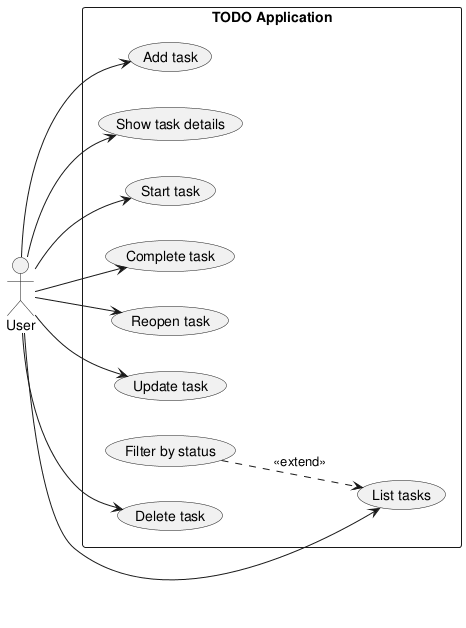
Above: baseline/TODO/artifacts/use_case_diagram.png in DanielRiha8906/Software_autoevolution_using_agents (PlantUML), before the change. Source of this version:
```plantuml
@startuml use_case_diagram

left to right direction
skinparam packageStyle rectangle

actor User

rectangle "TODO Application" {
    usecase "Add task"           as UC_ADD
    usecase "List tasks"         as UC_LIST
    usecase "Filter by status"   as UC_FILTER
    usecase "Show task details"  as UC_SHOW
    usecase "Start task"         as UC_START
    usecase "Complete task"      as UC_DONE
    usecase "Reopen task"        as UC_REOPEN
    usecase "Update task"        as UC_UPDATE
    usecase "Delete task"        as UC_DELETE
}

User --> UC_ADD
User --> UC_LIST
User --> UC_SHOW
User --> UC_START
User --> UC_DONE
User --> UC_REOPEN
User --> UC_UPDATE
User --> UC_DELETE

UC_FILTER ..> UC_LIST : <<extend>>

@enduml
```
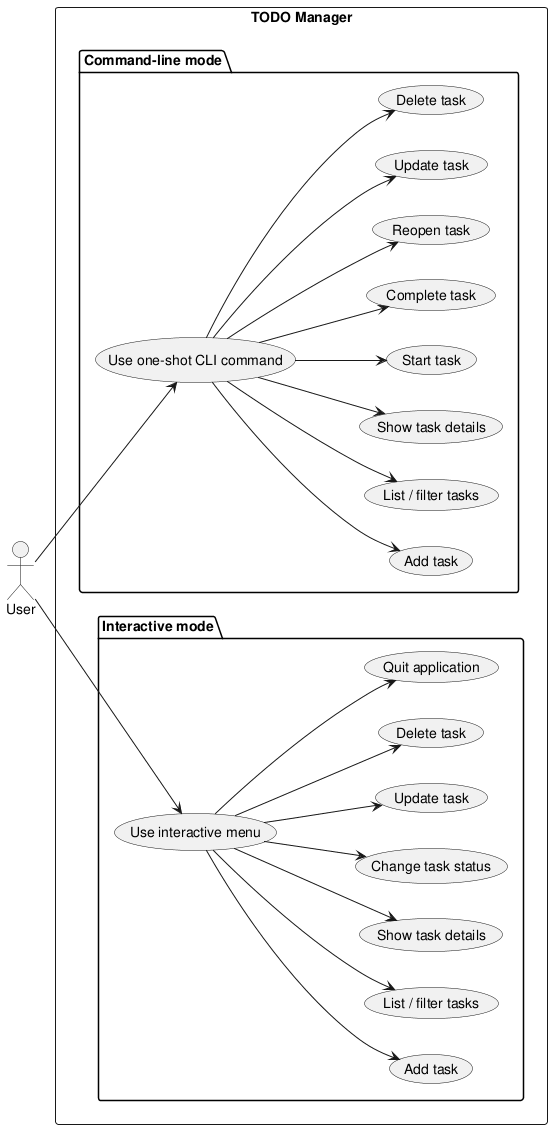
After the change.

Commit message:
TODO diagram correction

Change to the diagram source:
```diff
@@ -1,31 +1,53 @@
 @startuml use_case_diagram
 
 left to right direction
-skinparam packageStyle rectangle
 
 actor User
 
-rectangle "TODO Application" {
-    usecase "Add task"           as UC_ADD
-    usecase "List tasks"         as UC_LIST
-    usecase "Filter by status"   as UC_FILTER
-    usecase "Show task details"  as UC_SHOW
-    usecase "Start task"         as UC_START
-    usecase "Complete task"      as UC_DONE
-    usecase "Reopen task"        as UC_REOPEN
-    usecase "Update task"        as UC_UPDATE
-    usecase "Delete task"        as UC_DELETE
+rectangle "TODO Manager" {
+
+  package "Interactive mode" {
+    usecase "Use interactive menu" as UI
+    usecase "Add task" as I_ADD
+    usecase "List / filter tasks" as I_LIST
+    usecase "Show task details" as I_SHOW
+    usecase "Change task status" as I_STATUS
+    usecase "Update task" as I_UPDATE
+    usecase "Delete task" as I_DELETE
+    usecase "Quit application" as I_QUIT
+  }
+
+  package "Command-line mode" {
+    usecase "Use one-shot CLI command" as CLI
+    usecase "Add task" as C_ADD
+    usecase "List / filter tasks" as C_LIST
+    usecase "Show task details" as C_SHOW
+    usecase "Start task" as C_START
+    usecase "Complete task" as C_DONE
+    usecase "Reopen task" as C_REOPEN
+    usecase "Update task" as C_UPDATE
+    usecase "Delete task" as C_DELETE
+  }
 }
 
-User --> UC_ADD
-User --> UC_LIST
-User --> UC_SHOW
-User --> UC_START
-User --> UC_DONE
-User --> UC_REOPEN
-User --> UC_UPDATE
-User --> UC_DELETE
+User --> UI
+User --> CLI
 
-UC_FILTER ..> UC_LIST : <<extend>>
+UI --> I_ADD
+UI --> I_LIST
+UI --> I_SHOW
+UI --> I_STATUS
+UI --> I_UPDATE
+UI --> I_DELETE
+UI --> I_QUIT
+
+CLI --> C_ADD
+CLI --> C_LIST
+CLI --> C_SHOW
+CLI --> C_START
+CLI --> C_DONE
+CLI --> C_REOPEN
+CLI --> C_UPDATE
+CLI --> C_DELETE
 
 @enduml
```
